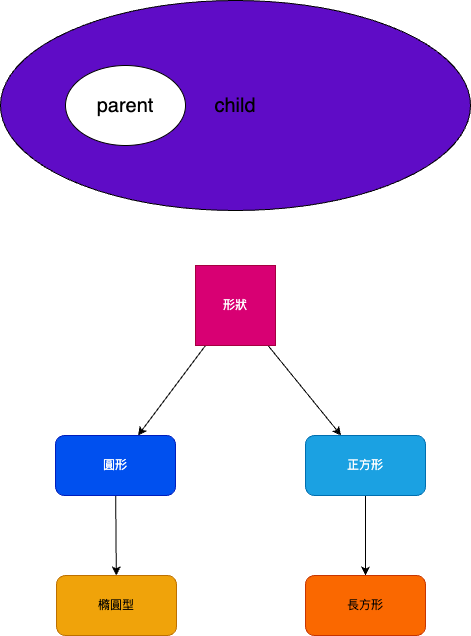
The draw.io diagram src/lesson3/Inheritance.drawio.png in edward071123/Java2410, before a commit. Source tidied: cells renumbered, new cells last; positions are measured from the earlier drawing's top-left corner, leaving out a move shared by most shapes.
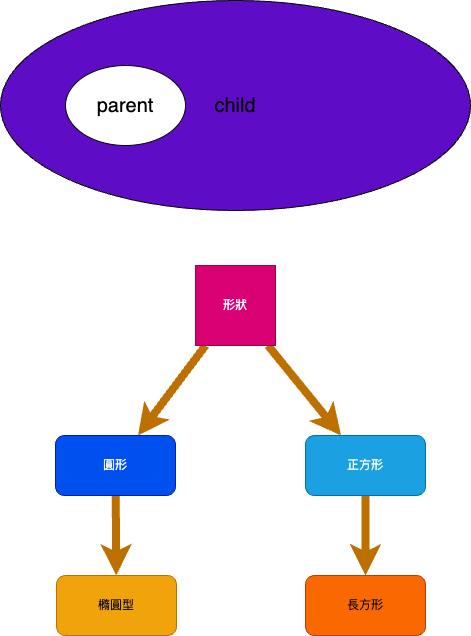
The same file after the commit.

The edit, as a diff of the source:
```diff
@@ -8,22 +8,22 @@
     <mxCell id="3" value="&lt;font style=&quot;font-size: 20px;&quot;&gt;parent&lt;/font&gt;" style="ellipse;whiteSpace=wrap;html=1;" parent="1" vertex="1">
       <mxGeometry x="65" y="65" width="120" height="80" as="geometry" />
     </mxCell>
-    <mxCell id="4" style="edgeStyle=none;html=1;" parent="1" edge="1" source="6" target="8">
+    <mxCell id="4" style="edgeStyle=none;html=1;fillColor=#f0a30a;strokeColor=#BD7000;strokeWidth=8;" parent="1" edge="1" source="6" target="8">
       <mxGeometry relative="1" as="geometry" />
     </mxCell>
-    <mxCell id="5" style="edgeStyle=none;html=1;" parent="1" edge="1" source="6" target="10">
+    <mxCell id="5" style="edgeStyle=none;html=1;fillColor=#f0a30a;strokeColor=#BD7000;strokeWidth=8;" parent="1" edge="1" source="6" target="10">
       <mxGeometry relative="1" as="geometry" />
     </mxCell>
     <mxCell id="6" value="形狀" style="whiteSpace=wrap;html=1;shadow=0;fillStyle=auto;fillColor=#d80073;fontColor=#ffffff;strokeColor=#A50040;" parent="1" vertex="1">
       <mxGeometry x="195" y="265" width="80" height="80" as="geometry" />
     </mxCell>
-    <mxCell id="7" style="edgeStyle=none;html=1;" parent="1" edge="1" source="8" target="11">
+    <mxCell id="7" style="edgeStyle=none;html=1;fillColor=#f0a30a;strokeColor=#BD7000;strokeWidth=8;" parent="1" edge="1" source="8" target="11">
       <mxGeometry relative="1" as="geometry" />
     </mxCell>
     <mxCell id="8" value="圓形" style="rounded=1;whiteSpace=wrap;html=1;fillColor=#0050ef;shadow=0;fillStyle=auto;fontColor=#ffffff;strokeColor=#001DBC;" parent="1" vertex="1">
       <mxGeometry x="55" y="435" width="120" height="60" as="geometry" />
     </mxCell>
-    <mxCell id="9" style="edgeStyle=none;html=1;" parent="1" edge="1" source="10" target="12">
+    <mxCell id="9" style="edgeStyle=none;html=1;fillColor=#f0a30a;strokeColor=#BD7000;strokeWidth=8;" parent="1" edge="1" source="10" target="12">
       <mxGeometry relative="1" as="geometry" />
     </mxCell>
     <mxCell id="10" value="正方形" style="rounded=1;whiteSpace=wrap;html=1;fillColor=#1ba1e2;shadow=0;fillStyle=auto;fontColor=#ffffff;strokeColor=#006EAF;" parent="1" vertex="1">
```
